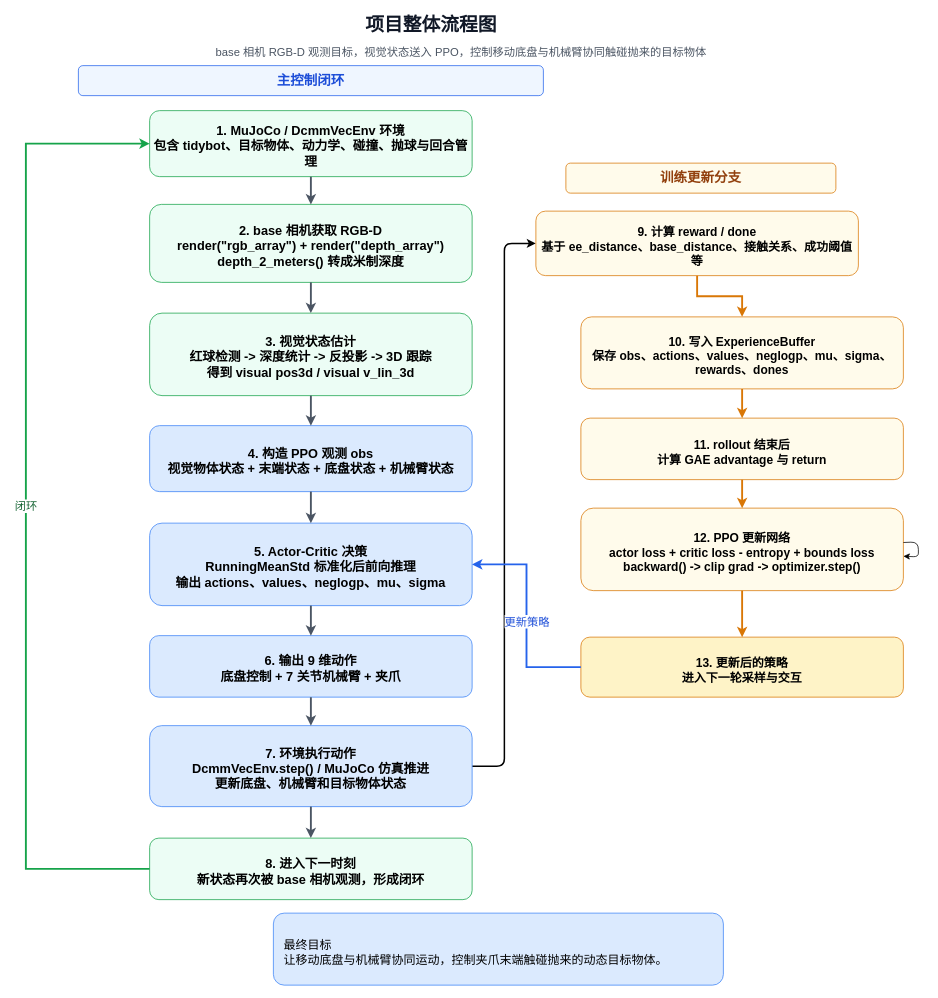
Before: 毕业设计论文/out/项目整体流程图(用视觉观测的)_优化版.drawio in jack-huangs/catch_it, a draw.io diagram. Source tidied: cells renumbered, new cells numbered last; positions are measured from the earlier drawing's top-left corner, leaving out a move shared by most shapes. Both pictures are drawn from the tidied source at 75%, with x=0, y=0 at pixel (26, 13).
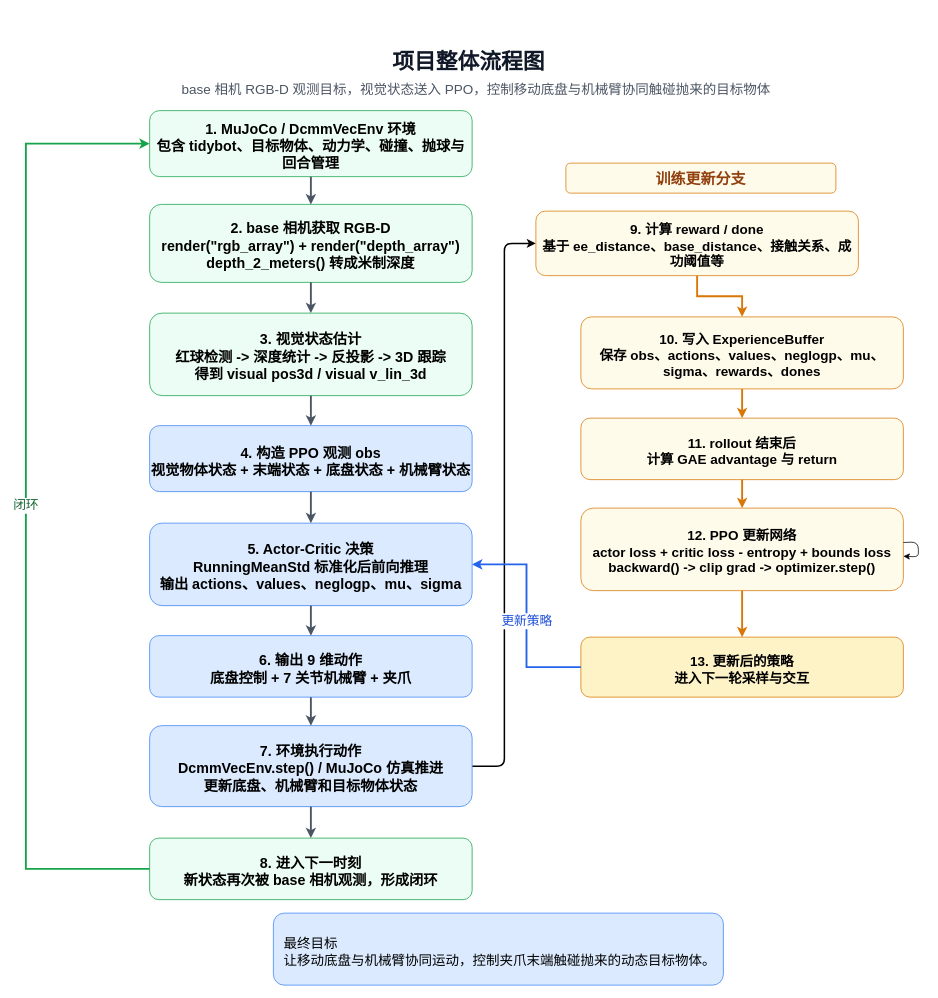
The same page after the edit.

Change to the diagram source:
```diff
@@
-    <mxCell id="2" value="&lt;font style=&quot;font-size: 25px;&quot;&gt;项目整体流程图&lt;/font&gt;" style="text;html=1;strokeColor=none;fillColor=none;align=center;verticalAlign=middle;fontSize=24;fontStyle=1;fontColor=#111827;" parent="1" vertex="1">
-      <mxGeometry x="170" width="740" height="30" as="geometry" />
+    <mxCell id="2" value="&lt;font style=&quot;font-size: 29px;&quot;&gt;项目整体流程图&lt;/font&gt;" style="text;html=1;strokeColor=none;fillColor=none;align=center;verticalAlign=middle;fontSize=28;fontStyle=1;fontColor=#111827;" parent="1" vertex="1">
+      <mxGeometry x="220" y="50" width="740" height="30" as="geometry" />
     </mxCell>
-    <mxCell id="3" value="base 相机 RGB-D 观测目标，视觉状态送入 PPO，控制移动底盘与机械臂协同触碰抛来的目标物体" style="text;html=1;strokeColor=none;fillColor=none;align=center;verticalAlign=middle;fontSize=15;fontColor=#4b5563;" parent="1" vertex="1">
-      <mxGeometry x="30" y="40" width="1100" height="24" as="geometry" />
+    <mxCell id="3" value="base 相机 RGB-D 观测目标，视觉状态送入 PPO，控制移动底盘与机械臂协同触碰抛来的目标物体" style="text;html=1;strokeColor=none;fillColor=none;align=center;verticalAlign=middle;fontSize=18;fontColor=#4b5563;" parent="1" vertex="1">
+      <mxGeometry x="50" y="90" width="1100" height="24" as="geometry" />
     </mxCell>
-    <mxCell id="4" value="主控制闭环" style="rounded=1;whiteSpace=wrap;html=1;fillColor=#eff6ff;strokeColor=#2563eb;fontSize=18;fontStyle=1;fontColor=#1d4ed8;" parent="1" vertex="1">
-      <mxGeometry x="70" y="70" width="620" height="40" as="geometry" />
-    </mxCell>
-    <mxCell id="5" value="训练更新分支" style="rounded=1;whiteSpace=wrap;html=1;fillColor=#fffbeb;strokeColor=#d97706;fontSize=18;fontStyle=1;fontColor=#92400e;" parent="1" vertex="1">
+    <mxCell id="5" value="训练更新分支" style="rounded=1;whiteSpace=wrap;html=1;fillColor=#fffbeb;strokeColor=#d97706;fontSize=20;fontStyle=1;fontColor=#92400e;" parent="1" vertex="1">
       <mxGeometry x="720" y="200" width="360" height="40" as="geometry" />
     </mxCell>
-    <mxCell id="6" value="1. MuJoCo / DcmmVecEnv 环境&#10;包含 tidybot、目标物体、动力学、碰撞、抛球与回合管理" style="rounded=1;whiteSpace=wrap;html=1;fillColor=#ecfdf5;strokeColor=#16a34a;fontSize=17;fontStyle=1;spacingTop=8;" parent="1" vertex="1">
+    <mxCell id="6" value="1. MuJoCo / DcmmVecEnv 环境&#10;包含 tidybot、目标物体、动力学、碰撞、抛球与回合管理" style="rounded=1;whiteSpace=wrap;html=1;fillColor=#ecfdf5;strokeColor=#16a34a;fontSize=19;fontStyle=1;spacingTop=8;" parent="1" vertex="1">
       <mxGeometry x="165" y="130" width="430" height="88" as="geometry" />
     </mxCell>
-    <mxCell id="7" value="2. base 相机获取 RGB-D&#10;render(&quot;rgb_array&quot;) + render(&quot;depth_array&quot;)&#10;depth_2_meters() 转成米制深度" style="rounded=1;whiteSpace=wrap;html=1;fillColor=#ecfdf5;strokeColor=#16a34a;fontSize=17;fontStyle=1;spacingTop=8;" parent="1" vertex="1">
+    <mxCell id="7" value="2. base 相机获取 RGB-D&#10;render(&quot;rgb_array&quot;) + render(&quot;depth_array&quot;)&#10;depth_2_meters() 转成米制深度" style="rounded=1;whiteSpace=wrap;html=1;fillColor=#ecfdf5;strokeColor=#16a34a;fontSize=19;fontStyle=1;spacingTop=8;" parent="1" vertex="1">
       <mxGeometry x="165" y="255" width="430" height="104" as="geometry" />
     </mxCell>
-    <mxCell id="8" value="3. 视觉状态估计&#10;红球检测 -&gt; 深度统计 -&gt; 反投影 -&gt; 3D 跟踪&#10;得到 visual pos3d / visual v_lin_3d" style="rounded=1;whiteSpace=wrap;html=1;fillColor=#ecfdf5;strokeColor=#16a34a;fontSize=17;fontStyle=1;spacingTop=8;" parent="1" vertex="1">
+    <mxCell id="8" value="3. 视觉状态估计&#10;红球检测 -&gt; 深度统计 -&gt; 反投影 -&gt; 3D 跟踪&#10;得到 visual pos3d / visual v_lin_3d" style="rounded=1;whiteSpace=wrap;html=1;fillColor=#ecfdf5;strokeColor=#16a34a;fontSize=19;fontStyle=1;spacingTop=8;" parent="1" vertex="1">
       <mxGeometry x="165" y="400" width="430" height="110" as="geometry" />
     </mxCell>
-    <mxCell id="9" value="4. 构造 PPO 观测 obs&#10;视觉物体状态 + 末端状态 + 底盘状态 + 机械臂状态" style="rounded=1;whiteSpace=wrap;html=1;fillColor=#dbeafe;strokeColor=#3b82f6;fontSize=17;fontStyle=1;spacingTop=8;" parent="1" vertex="1">
+    <mxCell id="9" value="4. 构造 PPO 观测 obs&#10;视觉物体状态 + 末端状态 + 底盘状态 + 机械臂状态" style="rounded=1;whiteSpace=wrap;html=1;fillColor=#dbeafe;strokeColor=#3b82f6;fontSize=19;fontStyle=1;spacingTop=8;" parent="1" vertex="1">
       <mxGeometry x="165" y="550" width="430" height="88" as="geometry" />
     </mxCell>
-    <mxCell id="10" value="5. Actor-Critic 决策&#10;RunningMeanStd 标准化后前向推理&#10;输出 actions、values、neglogp、mu、sigma" style="rounded=1;whiteSpace=wrap;html=1;fillColor=#dbeafe;strokeColor=#3b82f6;fontSize=17;fontStyle=1;spacingTop=8;" parent="1" vertex="1">
+    <mxCell id="10" value="5. Actor-Critic 决策&#10;RunningMeanStd 标准化后前向推理&#10;输出 actions、values、neglogp、mu、sigma" style="rounded=1;whiteSpace=wrap;html=1;fillColor=#dbeafe;strokeColor=#3b82f6;fontSize=19;fontStyle=1;spacingTop=8;" parent="1" vertex="1">
       <mxGeometry x="165" y="680" width="430" height="110" as="geometry" />
     </mxCell>
-    <mxCell id="11" value="6. 输出 9 维动作&#10;底盘控制 + 7 关节机械臂 + 夹爪" style="rounded=1;whiteSpace=wrap;html=1;fillColor=#dbeafe;strokeColor=#3b82f6;fontSize=17;fontStyle=1;spacingTop=8;" parent="1" vertex="1">
+    <mxCell id="11" value="6. 输出 9 维动作&#10;底盘控制 + 7 关节机械臂 + 夹爪" style="rounded=1;whiteSpace=wrap;html=1;fillColor=#dbeafe;strokeColor=#3b82f6;fontSize=19;fontStyle=1;spacingTop=8;" parent="1" vertex="1">
       <mxGeometry x="165" y="830" width="430" height="82" as="geometry" />
     </mxCell>
@@
-    <mxCell id="13" value="7. 环境执行动作&#10;DcmmVecEnv.step() / MuJoCo 仿真推进&#10;更新底盘、机械臂和目标物体状态" style="rounded=1;whiteSpace=wrap;html=1;fillColor=#dbeafe;strokeColor=#3b82f6;fontSize=17;fontStyle=1;spacingTop=8;" parent="1" vertex="1">
+    <mxCell id="13" value="7. 环境执行动作&#10;DcmmVecEnv.step() / MuJoCo 仿真推进&#10;更新底盘、机械臂和目标物体状态" style="rounded=1;whiteSpace=wrap;html=1;fillColor=#dbeafe;strokeColor=#3b82f6;fontSize=19;fontStyle=1;spacingTop=8;" parent="1" vertex="1">
       <mxGeometry x="165" y="950" width="430" height="108" as="geometry" />
     </mxCell>
-    <mxCell id="14" value="8. 进入下一时刻&#10;新状态再次被 base 相机观测，形成闭环" style="rounded=1;whiteSpace=wrap;html=1;fillColor=#ecfdf5;strokeColor=#16a34a;fontSize=17;fontStyle=1;spacingTop=8;" parent="1" vertex="1">
+    <mxCell id="14" value="8. 进入下一时刻&#10;新状态再次被 base 相机观测，形成闭环" style="rounded=1;whiteSpace=wrap;html=1;fillColor=#ecfdf5;strokeColor=#16a34a;fontSize=19;fontStyle=1;spacingTop=8;" parent="1" vertex="1">
       <mxGeometry x="165" y="1100" width="430" height="82" as="geometry" />
     </mxCell>
-    <mxCell id="15" value="9. 计算 reward / done&#10;基于 ee_distance、base_distance、接触关系、成功阈值等" style="rounded=1;whiteSpace=wrap;html=1;fillColor=#fffbeb;strokeColor=#d97706;fontSize=16;fontStyle=1;spacingTop=8;" parent="1" vertex="1">
+    <mxCell id="15" value="9. 计算 reward / done&#10;基于 ee_distance、base_distance、接触关系、成功阈值等" style="rounded=1;whiteSpace=wrap;html=1;fillColor=#fffbeb;strokeColor=#d97706;fontSize=18;fontStyle=1;spacingTop=8;" parent="1" vertex="1">
       <mxGeometry x="680" y="264" width="430" height="86" as="geometry" />
     </mxCell>
-    <mxCell id="16" value="10. 写入 ExperienceBuffer&#10;保存 obs、actions、values、neglogp、mu、sigma、rewards、dones" style="rounded=1;whiteSpace=wrap;html=1;fillColor=#fffbeb;strokeColor=#d97706;fontSize=16;fontStyle=1;spacingTop=8;" parent="1" vertex="1">
+    <mxCell id="16" value="10. 写入 ExperienceBuffer&#10;保存 obs、actions、values、neglogp、mu、sigma、rewards、dones" style="rounded=1;whiteSpace=wrap;html=1;fillColor=#fffbeb;strokeColor=#d97706;fontSize=18;fontStyle=1;spacingTop=8;" parent="1" vertex="1">
       <mxGeometry x="740" y="405" width="430" height="96" as="geometry" />
     </mxCell>
-    <mxCell id="17" value="11. rollout 结束后&#10;计算 GAE advantage 与 return" style="rounded=1;whiteSpace=wrap;html=1;fillColor=#fffbeb;strokeColor=#d97706;fontSize=16;fontStyle=1;spacingTop=8;" parent="1" vertex="1">
+    <mxCell id="17" value="11. rollout 结束后&#10;计算 GAE advantage 与 return" style="rounded=1;whiteSpace=wrap;html=1;fillColor=#fffbeb;strokeColor=#d97706;fontSize=18;fontStyle=1;spacingTop=8;" parent="1" vertex="1">
       <mxGeometry x="740" y="540" width="430" height="82" as="geometry" />
     </mxCell>
-    <mxCell id="18" value="12. PPO 更新网络&#10;actor loss + critic loss - entropy + bounds loss&#10;backward() -&gt; clip grad -&gt; optimizer.step()" style="rounded=1;whiteSpace=wrap;html=1;fillColor=#fffbeb;strokeColor=#d97706;fontSize=16;fontStyle=1;spacingTop=8;" parent="1" vertex="1">
+    <mxCell id="18" value="12. PPO 更新网络&#10;actor loss + critic loss - entropy + bounds loss&#10;backward() -&gt; clip grad -&gt; optimizer.step()" style="rounded=1;whiteSpace=wrap;html=1;fillColor=#fffbeb;strokeColor=#d97706;fontSize=18;fontStyle=1;spacingTop=8;" parent="1" vertex="1">
       <mxGeometry x="740" y="660" width="430" height="110" as="geometry" />
     </mxCell>
-    <mxCell id="19" value="13. 更新后的策略&#10;进入下一轮采样与交互" style="rounded=1;whiteSpace=wrap;html=1;fillColor=#fef3c7;strokeColor=#d97706;fontSize=16;fontStyle=1;spacingTop=8;" parent="1" vertex="1">
+    <mxCell id="19" value="13. 更新后的策略&#10;进入下一轮采样与交互" style="rounded=1;whiteSpace=wrap;html=1;fillColor=#fef3c7;strokeColor=#d97706;fontSize=18;fontStyle=1;spacingTop=8;" parent="1" vertex="1">
       <mxGeometry x="740" y="832" width="430" height="80" as="geometry" />
     </mxCell>
-    <mxCell id="20" value="最终目标&lt;br&gt;让移动底盘与机械臂协同运动，控制夹爪末端触碰抛来的动态目标物体。" style="rounded=1;whiteSpace=wrap;html=1;fillColor=#dbeafe;strokeColor=#3b82f6;fontSize=16;align=left;spacingTop=8;spacingLeft=12;" parent="1" vertex="1">
+    <mxCell id="20" value="最终目标&lt;br&gt;让移动底盘与机械臂协同运动，控制夹爪末端触碰抛来的动态目标物体。" style="rounded=1;whiteSpace=wrap;html=1;fillColor=#dbeafe;strokeColor=#3b82f6;fontSize=18;align=left;spacingTop=8;spacingLeft=12;" parent="1" vertex="1">
       <mxGeometry x="330" y="1200" width="600" height="96" as="geometry" />
     </mxCell>
@@
-    <mxCell id="28" value="闭环" style="edgeStyle=orthogonalEdgeStyle;rounded=0;jettySize=auto;html=1;endArrow=classic;strokeColor=#16a34a;strokeWidth=2.5;fontSize=15;fontColor=#166534;exitX=0;exitY=0.5;exitDx=0;exitDy=0;" parent="1" edge="1" source="14" target="6">
+    <mxCell id="28" value="闭环" style="edgeStyle=orthogonalEdgeStyle;rounded=0;jettySize=auto;html=1;endArrow=classic;strokeColor=#16a34a;strokeWidth=2.5;fontSize=17;fontColor=#166534;exitX=0;exitY=0.5;exitDx=0;exitDy=0;" parent="1" edge="1" source="14" target="6">
       <mxGeometry relative="1" as="geometry">
         <Array as="points">
           <mxPoint y="1141" />
           <mxPoint y="174" />
         </Array>
       </mxGeometry>
     </mxCell>
@@
-    <mxCell id="33" value="&lt;span style=&quot;color: rgb(29, 78, 216); font-family: Helvetica; font-size: 15px; font-style: normal; font-variant-ligatures: normal; font-variant-caps: normal; font-weight: 400; letter-spacing: normal; orphans: 2; text-align: center; text-indent: 0px; text-transform: none; widows: 2; word-spacing: 0px; -webkit-text-stroke-width: 0px; white-space: nowrap; background-color: rgb(255, 255, 255); text-decoration-thickness: initial; text-decoration-style: initial; text-decoration-color: initial; display: inline !important; float: none;&quot;&gt;更新策略&lt;/span&gt;" style="edgeStyle=orthogonalEdgeStyle;rounded=0;jettySize=auto;html=1;endArrow=classic;strokeColor=#2563eb;strokeWidth=2.5;fontSize=15;fontColor=#1d4ed8;entryX=1;entryY=0.5;entryDx=0;entryDy=0;" parent="1" edge="1" source="19" target="10">
+    <mxCell id="33" value="&lt;span style=&quot;color: rgb(29, 78, 216); font-family: Helvetica; font-size: 17px; font-style: normal; font-variant-ligatures: normal; font-variant-caps: normal; font-weight: 400; letter-spacing: normal; orphans: 2; text-align: center; text-indent: 0px; text-transform: none; widows: 2; word-spacing: 0px; -webkit-text-stroke-width: 0px; white-space: nowrap; background-color: rgb(255, 255, 255); text-decoration-thickness: initial; text-decoration-style: initial; text-decoration-color: initial; display: inline !important; float: none;&quot;&gt;更新策略&lt;/span&gt;" style="edgeStyle=orthogonalEdgeStyle;rounded=0;jettySize=auto;html=1;endArrow=classic;strokeColor=#2563eb;strokeWidth=2.5;fontSize=17;fontColor=#1d4ed8;entryX=1;entryY=0.5;entryDx=0;entryDy=0;" parent="1" edge="1" source="19" target="10">
       <mxGeometry x="-0.05" relative="1" as="geometry" />
     </mxCell>
```
